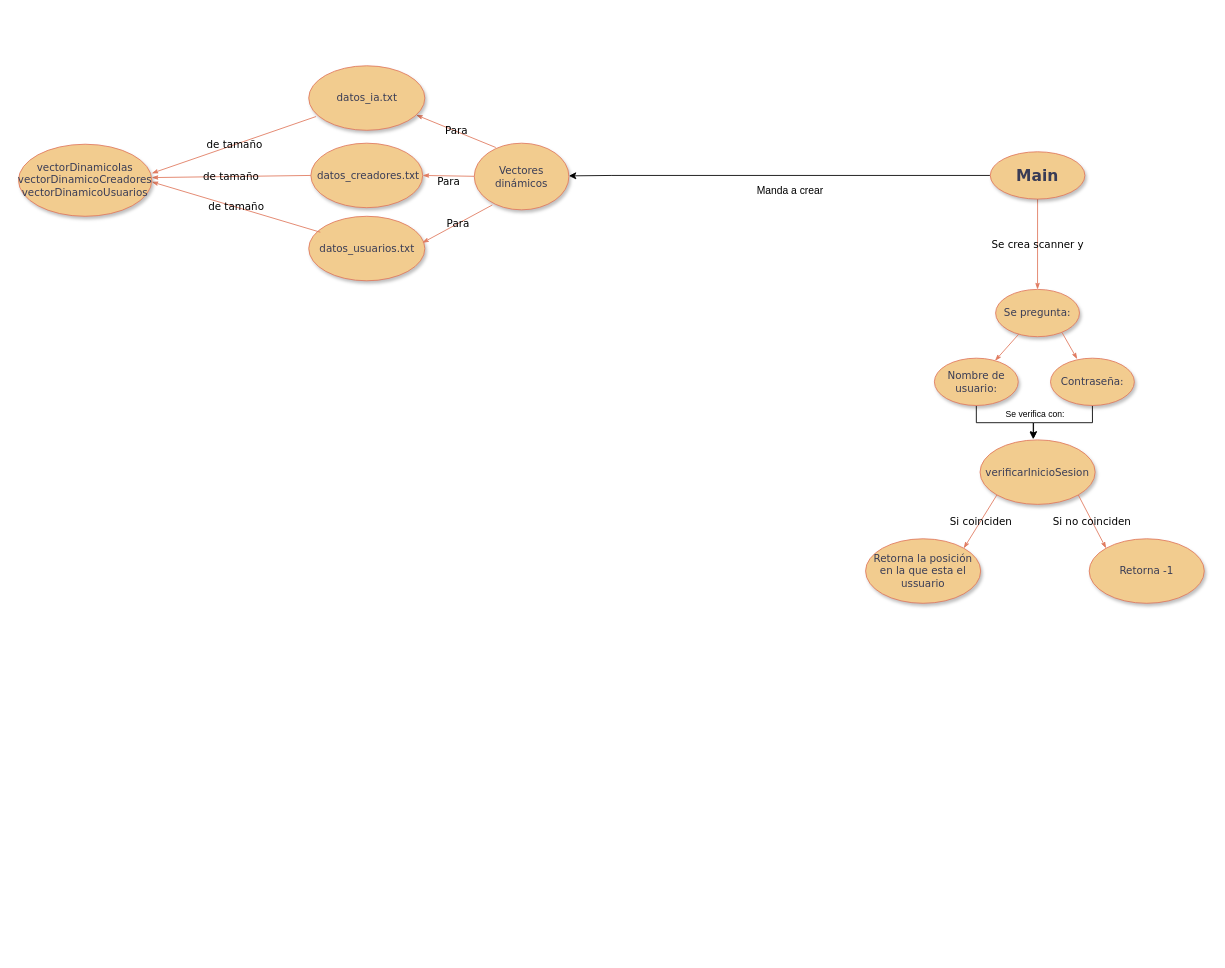
The draw.io diagram TallerPrograAvanzada.drawio in Charmandiox9/TallerPrograAvanzada, before the edit. Source tidied: cells renumbered, new cells numbered last; positions are measured from the earlier drawing's top-left corner, leaving out a move shared by most shapes. Both pictures are drawn from the tidied source at 86%, with x=0, y=0 at pixel (18, 65).
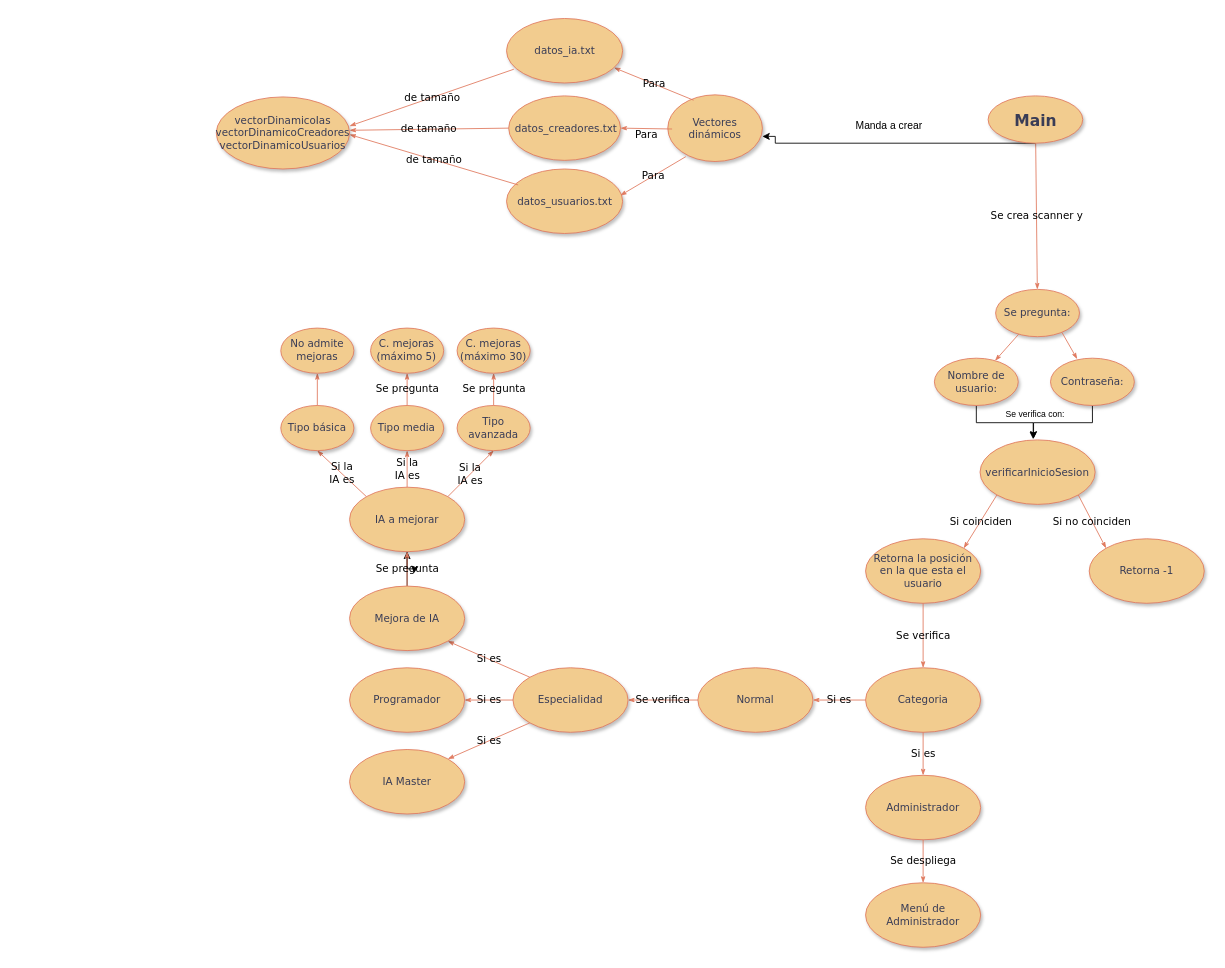
The same diagram, later.

Change to the diagram source:
```diff
@@
-    <mxCell id="3" style="edgeStyle=orthogonalEdgeStyle;rounded=0;jettySize=auto;html=1;" parent="1" edge="1" source="4">
+    <mxCell id="3" style="edgeStyle=orthogonalEdgeStyle;rounded=0;jettySize=auto;html=1;entryX=1;entryY=0.623;entryDx=0;entryDy=0;entryPerimeter=0;" parent="1" edge="1" source="4" target="6">
       <mxGeometry relative="1" as="geometry">
-        <mxPoint x="640" y="128" as="targetPoint" />
         <Array as="points">
-          <mxPoint x="690" y="128" />
-          <mxPoint x="690" y="128" />
+          <mxPoint x="880" y="90" />
+          <mxPoint x="880" y="82" />
         </Array>
       </mxGeometry>
     </mxCell>
     <mxCell id="4" value="&lt;font style=&quot;font-size: 18px;&quot;&gt;&lt;b&gt;Main&lt;/b&gt;&lt;/font&gt;" style="ellipse;whiteSpace=wrap;html=1;rounded=1;shadow=1;comic=0;labelBackgroundColor=none;strokeWidth=1;fontFamily=Verdana;fontSize=12;align=center;fillColor=#F2CC8F;strokeColor=#E07A5F;fontColor=#393C56;" parent="1" vertex="1">
-      <mxGeometry x="1130" y="100" width="110" height="55" as="geometry" />
+      <mxGeometry x="1127.5" y="35" width="110" height="55" as="geometry" />
     </mxCell>
@@
     <mxCell id="6" value="Vectores dinámicos" style="ellipse;whiteSpace=wrap;html=1;rounded=1;shadow=1;comic=0;labelBackgroundColor=none;strokeWidth=1;fontFamily=Verdana;fontSize=12;align=center;fillColor=#F2CC8F;strokeColor=#E07A5F;fontColor=#393C56;" parent="1" vertex="1">
-      <mxGeometry x="530" y="90" width="110" height="77.5" as="geometry" />
+      <mxGeometry x="755" y="33.8" width="110" height="77.5" as="geometry" />
     </mxCell>
     <mxCell id="7" value="Para" style="edgeStyle=none;rounded=1;html=1;labelBackgroundColor=none;startArrow=none;startFill=0;startSize=5;endArrow=classicThin;endFill=1;endSize=5;jettySize=auto;strokeColor=#E07A5F;strokeWidth=1;fontFamily=Verdana;fontSize=12;fontColor=default;entryX=0.926;entryY=0.763;entryDx=0;entryDy=0;entryPerimeter=0;" parent="1" edge="1" target="8">
       <mxGeometry relative="1" as="geometry">
-        <mxPoint x="555" y="95" as="sourcePoint" />
+        <mxPoint x="785" y="40" as="sourcePoint" />
       </mxGeometry>
     </mxCell>
     <mxCell id="8" value="datos_ia.txt" style="ellipse;whiteSpace=wrap;html=1;rounded=1;shadow=1;comic=0;labelBackgroundColor=none;strokeWidth=1;fontFamily=Verdana;fontSize=12;align=center;fillColor=#F2CC8F;strokeColor=#E07A5F;fontColor=#393C56;" parent="1" vertex="1">
-      <mxGeometry x="337.5" width="135" height="75" as="geometry" />
+      <mxGeometry x="567.5" y="-55" width="135" height="75" as="geometry" />
     </mxCell>
     <mxCell id="9" value="&amp;nbsp;datos_creadores.txt" style="ellipse;whiteSpace=wrap;html=1;rounded=1;shadow=1;comic=0;labelBackgroundColor=none;strokeWidth=1;fontFamily=Verdana;fontSize=12;align=center;fillColor=#F2CC8F;strokeColor=#E07A5F;fontColor=#393C56;" parent="1" vertex="1">
-      <mxGeometry x="340" y="90" width="130" height="75" as="geometry" />
+      <mxGeometry x="570" y="35" width="130" height="75" as="geometry" />
     </mxCell>
     <mxCell id="10" value="datos_usuarios.txt" style="ellipse;whiteSpace=wrap;html=1;rounded=1;shadow=1;comic=0;labelBackgroundColor=none;strokeWidth=1;fontFamily=Verdana;fontSize=12;align=center;fillColor=#F2CC8F;strokeColor=#E07A5F;fontColor=#393C56;" parent="1" vertex="1">
-      <mxGeometry x="337.5" y="175" width="135" height="75" as="geometry" />
+      <mxGeometry x="567.5" y="120" width="135" height="75" as="geometry" />
     </mxCell>
     <mxCell id="11" value="Para" style="edgeStyle=none;rounded=1;html=1;labelBackgroundColor=none;startArrow=none;startFill=0;startSize=5;endArrow=classicThin;endFill=1;endSize=5;jettySize=auto;strokeColor=#E07A5F;strokeWidth=1;fontFamily=Verdana;fontSize=12;fontColor=default;entryX=1;entryY=0.5;entryDx=0;entryDy=0;" parent="1" edge="1" target="9">
       <mxGeometry y="7" relative="1" as="geometry">
-        <mxPoint x="530" y="128.5" as="sourcePoint" />
+        <mxPoint x="760" y="73.5" as="sourcePoint" />
       </mxGeometry>
     </mxCell>
     <mxCell id="12" value="Manda a crear" style="text;strokeColor=none;align=center;fillColor=none;html=1;verticalAlign=middle;whiteSpace=wrap;rounded=0;" parent="1" vertex="1">
-      <mxGeometry x="845" y="120" width="105" height="50" as="geometry" />
+      <mxGeometry x="960" y="45" width="105" height="50" as="geometry" />
     </mxCell>
@@
     <mxCell id="14" value="de tamaño" style="edgeStyle=none;rounded=1;html=1;labelBackgroundColor=none;startArrow=none;startFill=0;startSize=5;endArrow=classicThin;endFill=1;endSize=5;jettySize=auto;strokeColor=#E07A5F;strokeWidth=1;fontFamily=Verdana;fontSize=12;fontColor=default;exitX=0.1;exitY=0.247;exitDx=0;exitDy=0;exitPerimeter=0;" parent="1" edge="1" source="10">
       <mxGeometry relative="1" as="geometry">
-        <mxPoint x="155" y="135" as="targetPoint" />
+        <mxPoint x="385" y="80" as="targetPoint" />
       </mxGeometry>
     </mxCell>
     <mxCell id="15" value="de tamaño" style="edgeStyle=none;rounded=1;html=1;labelBackgroundColor=none;startArrow=none;startFill=0;startSize=5;endArrow=classicThin;endFill=1;endSize=5;jettySize=auto;strokeColor=#E07A5F;strokeWidth=1;fontFamily=Verdana;fontSize=12;fontColor=default;exitX=0;exitY=0.5;exitDx=0;exitDy=0;" parent="1" edge="1" source="9">
       <mxGeometry relative="1" as="geometry">
-        <mxPoint x="155" y="130" as="targetPoint" />
+        <mxPoint x="385" y="75" as="targetPoint" />
       </mxGeometry>
     </mxCell>
     <mxCell id="16" value="de tamaño" style="edgeStyle=none;rounded=1;html=1;labelBackgroundColor=none;startArrow=none;startFill=0;startSize=5;endArrow=classicThin;endFill=1;endSize=5;jettySize=auto;orthogonalLoop=1;strokeColor=#E07A5F;strokeWidth=1;fontFamily=Verdana;fontSize=12;fontColor=default;exitX=0.1;exitY=0.247;exitDx=0;exitDy=0;exitPerimeter=0;" parent="1" edge="1">
       <mxGeometry relative="1" as="geometry">
-        <mxPoint x="346" y="59" as="sourcePoint" />
-        <mxPoint x="155" y="125" as="targetPoint" />
+        <mxPoint x="576" y="4" as="sourcePoint" />
+        <mxPoint x="385" y="70" as="targetPoint" />
       </mxGeometry>
     </mxCell>
     <mxCell id="17" value="vectorDinamicoIas&lt;br&gt;vectorDinamicoCreadores&lt;br&gt;vectorDinamicoUsuarios" style="ellipse;whiteSpace=wrap;html=1;rounded=1;shadow=1;comic=0;labelBackgroundColor=none;strokeWidth=1;fontFamily=Verdana;fontSize=12;align=center;fillColor=#F2CC8F;strokeColor=#E07A5F;fontColor=#393C56;" parent="1" vertex="1">
-      <mxGeometry y="91.2" width="155" height="83.8" as="geometry" />
+      <mxGeometry x="230" y="36.2" width="155" height="83.8" as="geometry" />
     </mxCell>
@@
-    <mxCell id="26" value="Retorna la posición en la que esta el ussuario" style="ellipse;whiteSpace=wrap;html=1;rounded=1;shadow=1;comic=0;labelBackgroundColor=none;strokeWidth=1;fontFamily=Verdana;fontSize=12;align=center;fillColor=#F2CC8F;strokeColor=#E07A5F;fontColor=#393C56;" parent="1" vertex="1">
+    <mxCell id="26" value="Retorna la posición en la que esta el usuario" style="ellipse;whiteSpace=wrap;html=1;rounded=1;shadow=1;comic=0;labelBackgroundColor=none;strokeWidth=1;fontFamily=Verdana;fontSize=12;align=center;fillColor=#F2CC8F;strokeColor=#E07A5F;fontColor=#393C56;" parent="1" vertex="1">
       <mxGeometry x="985" y="550" width="133.8" height="75" as="geometry" />
     </mxCell>
@@
+    <mxCell id="30" value="Se verifica" style="edgeStyle=none;rounded=1;html=1;labelBackgroundColor=none;startArrow=none;startFill=0;startSize=5;endArrow=classicThin;endFill=1;endSize=5;jettySize=auto;strokeColor=#E07A5F;strokeWidth=1;fontFamily=Verdana;fontSize=12;fontColor=default;exitX=0.5;exitY=1;exitDx=0;exitDy=0;entryX=0.5;entryY=0;entryDx=0;entryDy=0;" parent="1" edge="1" source="26" target="31">
+      <mxGeometry relative="1" as="geometry" />
+    </mxCell>
+    <mxCell id="31" value="Categoria" style="ellipse;whiteSpace=wrap;html=1;rounded=1;shadow=1;comic=0;labelBackgroundColor=none;strokeWidth=1;fontFamily=Verdana;fontSize=12;align=center;fillColor=#F2CC8F;strokeColor=#E07A5F;fontColor=#393C56;" parent="1" vertex="1">
+      <mxGeometry x="985" y="700" width="133.8" height="75" as="geometry" />
+    </mxCell>
+    <mxCell id="32" value="Normal" style="ellipse;whiteSpace=wrap;html=1;rounded=1;shadow=1;comic=0;labelBackgroundColor=none;strokeWidth=1;fontFamily=Verdana;fontSize=12;align=center;fillColor=#F2CC8F;strokeColor=#E07A5F;fontColor=#393C56;" parent="1" vertex="1">
+      <mxGeometry x="790" y="700" width="133.8" height="75" as="geometry" />
+    </mxCell>
+    <mxCell id="33" value="Si es" style="edgeStyle=none;rounded=1;html=1;labelBackgroundColor=none;startArrow=none;startFill=0;startSize=5;endArrow=classicThin;endFill=1;endSize=5;jettySize=auto;strokeColor=#E07A5F;strokeWidth=1;fontFamily=Verdana;fontSize=12;fontColor=default;exitX=0;exitY=0.5;exitDx=0;exitDy=0;entryX=1;entryY=0.5;entryDx=0;entryDy=0;" parent="1" edge="1" source="31" target="32">
+      <mxGeometry relative="1" as="geometry" />
+    </mxCell>
+    <mxCell id="34" value="Si es" style="edgeStyle=none;rounded=1;html=1;labelBackgroundColor=none;startArrow=none;startFill=0;startSize=5;endArrow=classicThin;endFill=1;endSize=5;jettySize=auto;strokeColor=#E07A5F;strokeWidth=1;fontFamily=Verdana;fontSize=12;fontColor=default;exitX=0.5;exitY=1;exitDx=0;exitDy=0;entryX=0.5;entryY=0;entryDx=0;entryDy=0;" parent="1" edge="1" source="31" target="35">
+      <mxGeometry relative="1" as="geometry" />
+    </mxCell>
+    <mxCell id="35" value="Administrador" style="ellipse;whiteSpace=wrap;html=1;rounded=1;shadow=1;comic=0;labelBackgroundColor=none;strokeWidth=1;fontFamily=Verdana;fontSize=12;align=center;fillColor=#F2CC8F;strokeColor=#E07A5F;fontColor=#393C56;" parent="1" vertex="1">
+      <mxGeometry x="985" y="825" width="133.8" height="75" as="geometry" />
+    </mxCell>
+    <mxCell id="36" value="Se verifica" style="edgeStyle=none;rounded=1;html=1;labelBackgroundColor=none;startArrow=none;startFill=0;startSize=5;endArrow=classicThin;endFill=1;endSize=5;jettySize=auto;strokeColor=#E07A5F;strokeWidth=1;fontFamily=Verdana;fontSize=12;fontColor=default;exitX=0;exitY=0.5;exitDx=0;exitDy=0;entryX=1;entryY=0.5;entryDx=0;entryDy=0;" parent="1" edge="1" source="32" target="39">
+      <mxGeometry relative="1" as="geometry" />
+    </mxCell>
+    <mxCell id="37" value="Se despliega" style="edgeStyle=none;rounded=1;html=1;labelBackgroundColor=none;startArrow=none;startFill=0;startSize=5;endArrow=classicThin;endFill=1;endSize=5;jettySize=auto;strokeColor=#E07A5F;strokeWidth=1;fontFamily=Verdana;fontSize=12;fontColor=default;exitX=0.5;exitY=1;exitDx=0;exitDy=0;entryX=0.5;entryY=0;entryDx=0;entryDy=0;" parent="1" edge="1" source="35" target="38">
+      <mxGeometry relative="1" as="geometry" />
+    </mxCell>
+    <mxCell id="38" value="Menú de Administrador" style="ellipse;whiteSpace=wrap;html=1;rounded=1;shadow=1;comic=0;labelBackgroundColor=none;strokeWidth=1;fontFamily=Verdana;fontSize=12;align=center;fillColor=#F2CC8F;strokeColor=#E07A5F;fontColor=#393C56;" parent="1" vertex="1">
+      <mxGeometry x="985" y="950" width="133.8" height="75" as="geometry" />
+    </mxCell>
+    <mxCell id="39" value="Especialidad" style="ellipse;whiteSpace=wrap;html=1;rounded=1;shadow=1;comic=0;labelBackgroundColor=none;strokeWidth=1;fontFamily=Verdana;fontSize=12;align=center;fillColor=#F2CC8F;strokeColor=#E07A5F;fontColor=#393C56;" parent="1" vertex="1">
+      <mxGeometry x="575" y="700" width="133.8" height="75" as="geometry" />
+    </mxCell>
+    <mxCell id="40" value="Si es" style="edgeStyle=none;rounded=1;html=1;labelBackgroundColor=none;startArrow=none;startFill=0;startSize=5;endArrow=classicThin;endFill=1;endSize=5;jettySize=auto;strokeColor=#E07A5F;strokeWidth=1;fontFamily=Verdana;fontSize=12;fontColor=default;exitX=0;exitY=0.5;exitDx=0;exitDy=0;entryX=1;entryY=0.5;entryDx=0;entryDy=0;" parent="1" edge="1" source="39" target="45">
+      <mxGeometry x="-0.01" relative="1" as="geometry" />
+    </mxCell>
+    <mxCell id="41" value="Si es" style="edgeStyle=none;rounded=1;html=1;labelBackgroundColor=none;startArrow=none;startFill=0;startSize=5;endArrow=classicThin;endFill=1;endSize=5;jettySize=auto;strokeColor=#E07A5F;strokeWidth=1;fontFamily=Verdana;fontSize=12;fontColor=default;exitX=0;exitY=1;exitDx=0;exitDy=0;entryX=1;entryY=0;entryDx=0;entryDy=0;" parent="1" edge="1" source="39" target="46">
+      <mxGeometry x="-0.01" relative="1" as="geometry" />
+    </mxCell>
+    <mxCell id="42" value="Si es" style="edgeStyle=none;rounded=1;html=1;labelBackgroundColor=none;startArrow=none;startFill=0;startSize=5;endArrow=classicThin;endFill=1;endSize=5;jettySize=auto;strokeColor=#E07A5F;strokeWidth=1;fontFamily=Verdana;fontSize=12;fontColor=default;exitX=0;exitY=0;exitDx=0;exitDy=0;entryX=1;entryY=1;entryDx=0;entryDy=0;" parent="1" edge="1" source="39" target="44">
+      <mxGeometry x="-0.01" relative="1" as="geometry" />
+    </mxCell>
+    <mxCell id="43" style="edgeStyle=orthogonalEdgeStyle;rounded=0;jettySize=auto;html=1;" parent="1" edge="1" source="44" target="48">
+      <mxGeometry relative="1" as="geometry" />
+    </mxCell>
+    <mxCell id="44" value="Mejora de IA" style="ellipse;whiteSpace=wrap;html=1;rounded=1;shadow=1;comic=0;labelBackgroundColor=none;strokeWidth=1;fontFamily=Verdana;fontSize=12;align=center;fillColor=#F2CC8F;strokeColor=#E07A5F;fontColor=#393C56;" parent="1" vertex="1">
+      <mxGeometry x="385" y="605" width="133.8" height="75" as="geometry" />
+    </mxCell>
+    <mxCell id="45" value="Programador" style="ellipse;whiteSpace=wrap;html=1;rounded=1;shadow=1;comic=0;labelBackgroundColor=none;strokeWidth=1;fontFamily=Verdana;fontSize=12;align=center;fillColor=#F2CC8F;strokeColor=#E07A5F;fontColor=#393C56;" parent="1" vertex="1">
+      <mxGeometry x="385" y="700" width="133.8" height="75" as="geometry" />
+    </mxCell>
+    <mxCell id="46" value="IA Master" style="ellipse;whiteSpace=wrap;html=1;rounded=1;shadow=1;comic=0;labelBackgroundColor=none;strokeWidth=1;fontFamily=Verdana;fontSize=12;align=center;fillColor=#F2CC8F;strokeColor=#E07A5F;fontColor=#393C56;" parent="1" vertex="1">
+      <mxGeometry x="385" y="795" width="133.8" height="75" as="geometry" />
+    </mxCell>
+    <mxCell id="47" style="edgeStyle=orthogonalEdgeStyle;rounded=0;jettySize=auto;html=1;" parent="1" edge="1" source="48">
+      <mxGeometry relative="1" as="geometry">
+        <mxPoint x="460" y="590" as="targetPoint" />
+      </mxGeometry>
+    </mxCell>
+    <mxCell id="48" value="IA a mejorar" style="ellipse;whiteSpace=wrap;html=1;rounded=1;shadow=1;comic=0;labelBackgroundColor=none;strokeWidth=1;fontFamily=Verdana;fontSize=12;align=center;fillColor=#F2CC8F;strokeColor=#E07A5F;fontColor=#393C56;" parent="1" vertex="1">
+      <mxGeometry x="385" y="490" width="133.8" height="75" as="geometry" />
+    </mxCell>
+    <mxCell id="49" value="Se pregunta" style="edgeStyle=none;rounded=1;html=1;labelBackgroundColor=none;startArrow=none;startFill=0;startSize=5;endArrow=classicThin;endFill=1;endSize=5;jettySize=auto;strokeColor=#E07A5F;strokeWidth=1;fontFamily=Verdana;fontSize=12;fontColor=default;exitX=0.5;exitY=0;exitDx=0;exitDy=0;entryX=0.5;entryY=1;entryDx=0;entryDy=0;" parent="1" edge="1" source="44" target="48">
+      <mxGeometry x="-0.01" relative="1" as="geometry" />
+    </mxCell>
+    <mxCell id="50" value="Si la &lt;br&gt;IA es" style="edgeStyle=none;rounded=1;html=1;labelBackgroundColor=none;startArrow=none;startFill=0;startSize=5;endArrow=classicThin;endFill=1;endSize=5;jettySize=auto;strokeColor=#E07A5F;strokeWidth=1;fontFamily=Verdana;fontSize=12;fontColor=default;exitX=0;exitY=0;exitDx=0;exitDy=0;entryX=0.5;entryY=1;entryDx=0;entryDy=0;" parent="1" edge="1" source="48" target="53">
+      <mxGeometry x="-0.01" relative="1" as="geometry" />
+    </mxCell>
+    <mxCell id="51" value="Si la &lt;br&gt;IA es" style="edgeStyle=none;rounded=1;html=1;labelBackgroundColor=none;startArrow=none;startFill=0;startSize=5;endArrow=classicThin;endFill=1;endSize=5;jettySize=auto;strokeColor=#E07A5F;strokeWidth=1;fontFamily=Verdana;fontSize=12;fontColor=default;exitX=0.5;exitY=0;exitDx=0;exitDy=0;entryX=0.5;entryY=1;entryDx=0;entryDy=0;" parent="1" edge="1" source="48" target="54">
+      <mxGeometry x="-0.01" relative="1" as="geometry" />
+    </mxCell>
+    <mxCell id="52" value="Si la &lt;br&gt;IA es" style="edgeStyle=none;rounded=1;html=1;labelBackgroundColor=none;startArrow=none;startFill=0;startSize=5;endArrow=classicThin;endFill=1;endSize=5;jettySize=auto;strokeColor=#E07A5F;strokeWidth=1;fontFamily=Verdana;fontSize=12;fontColor=default;exitX=1;exitY=0;exitDx=0;exitDy=0;entryX=0.5;entryY=1;entryDx=0;entryDy=0;" parent="1" edge="1" source="48" target="55">
+      <mxGeometry x="-0.01" relative="1" as="geometry" />
+    </mxCell>
+    <mxCell id="53" value="Tipo básica" style="ellipse;whiteSpace=wrap;html=1;rounded=1;shadow=1;comic=0;labelBackgroundColor=none;strokeWidth=1;fontFamily=Verdana;fontSize=12;align=center;fillColor=#F2CC8F;strokeColor=#E07A5F;fontColor=#393C56;" parent="1" vertex="1">
+      <mxGeometry x="305" y="395" width="85" height="52.5" as="geometry" />
+    </mxCell>
+    <mxCell id="54" value="Tipo media" style="ellipse;whiteSpace=wrap;html=1;rounded=1;shadow=1;comic=0;labelBackgroundColor=none;strokeWidth=1;fontFamily=Verdana;fontSize=12;align=center;fillColor=#F2CC8F;strokeColor=#E07A5F;fontColor=#393C56;" parent="1" vertex="1">
+      <mxGeometry x="409.4" y="395" width="85" height="52.5" as="geometry" />
+    </mxCell>
+    <mxCell id="55" value="Tipo avanzada" style="ellipse;whiteSpace=wrap;html=1;rounded=1;shadow=1;comic=0;labelBackgroundColor=none;strokeWidth=1;fontFamily=Verdana;fontSize=12;align=center;fillColor=#F2CC8F;strokeColor=#E07A5F;fontColor=#393C56;" parent="1" vertex="1">
+      <mxGeometry x="510" y="395" width="85" height="52.5" as="geometry" />
+    </mxCell>
+    <mxCell id="56" style="edgeStyle=none;rounded=1;html=1;labelBackgroundColor=none;startArrow=none;startFill=0;startSize=5;endArrow=classicThin;endFill=1;endSize=5;jettySize=auto;strokeColor=#E07A5F;strokeWidth=1;fontFamily=Verdana;fontSize=12;fontColor=default;exitX=0.5;exitY=0;exitDx=0;exitDy=0;entryX=0.5;entryY=1;entryDx=0;entryDy=0;" parent="1" edge="1" source="53" target="59">
+      <mxGeometry x="-0.01" relative="1" as="geometry" />
+    </mxCell>
+    <mxCell id="57" value="Se pregunta" style="edgeStyle=none;rounded=1;html=1;labelBackgroundColor=none;startArrow=none;startFill=0;startSize=5;endArrow=classicThin;endFill=1;endSize=5;jettySize=auto;strokeColor=#E07A5F;strokeWidth=1;fontFamily=Verdana;fontSize=12;fontColor=default;exitX=0.5;exitY=0;exitDx=0;exitDy=0;entryX=0.5;entryY=1;entryDx=0;entryDy=0;" parent="1" edge="1" source="54" target="60">
+      <mxGeometry x="-0.01" relative="1" as="geometry" />
+    </mxCell>
+    <mxCell id="58" value="Se pregunta" style="edgeStyle=none;rounded=1;html=1;labelBackgroundColor=none;startArrow=none;startFill=0;startSize=5;endArrow=classicThin;endFill=1;endSize=5;jettySize=auto;strokeColor=#E07A5F;strokeWidth=1;fontFamily=Verdana;fontSize=12;fontColor=default;exitX=0.5;exitY=0;exitDx=0;exitDy=0;entryX=0.5;entryY=1;entryDx=0;entryDy=0;" parent="1" edge="1" source="55" target="61">
+      <mxGeometry x="-0.01" relative="1" as="geometry" />
+    </mxCell>
+    <mxCell id="59" value="No admite mejoras" style="ellipse;whiteSpace=wrap;html=1;rounded=1;shadow=1;comic=0;labelBackgroundColor=none;strokeWidth=1;fontFamily=Verdana;fontSize=12;align=center;fillColor=#F2CC8F;strokeColor=#E07A5F;fontColor=#393C56;" parent="1" vertex="1">
+      <mxGeometry x="305" y="305" width="85" height="52.5" as="geometry" />
+    </mxCell>
+    <mxCell id="60" value="C. mejoras&lt;br&gt;(máximo 5)" style="ellipse;whiteSpace=wrap;html=1;rounded=1;shadow=1;comic=0;labelBackgroundColor=none;strokeWidth=1;fontFamily=Verdana;fontSize=12;align=center;fillColor=#F2CC8F;strokeColor=#E07A5F;fontColor=#393C56;" parent="1" vertex="1">
+      <mxGeometry x="409.4" y="305" width="85" height="52.5" as="geometry" />
+    </mxCell>
+    <mxCell id="61" value="C. mejoras&lt;br&gt;(máximo 30)" style="ellipse;whiteSpace=wrap;html=1;rounded=1;shadow=1;comic=0;labelBackgroundColor=none;strokeWidth=1;fontFamily=Verdana;fontSize=12;align=center;fillColor=#F2CC8F;strokeColor=#E07A5F;fontColor=#393C56;" parent="1" vertex="1">
+      <mxGeometry x="510" y="305" width="85" height="52.5" as="geometry" />
+    </mxCell>
```
